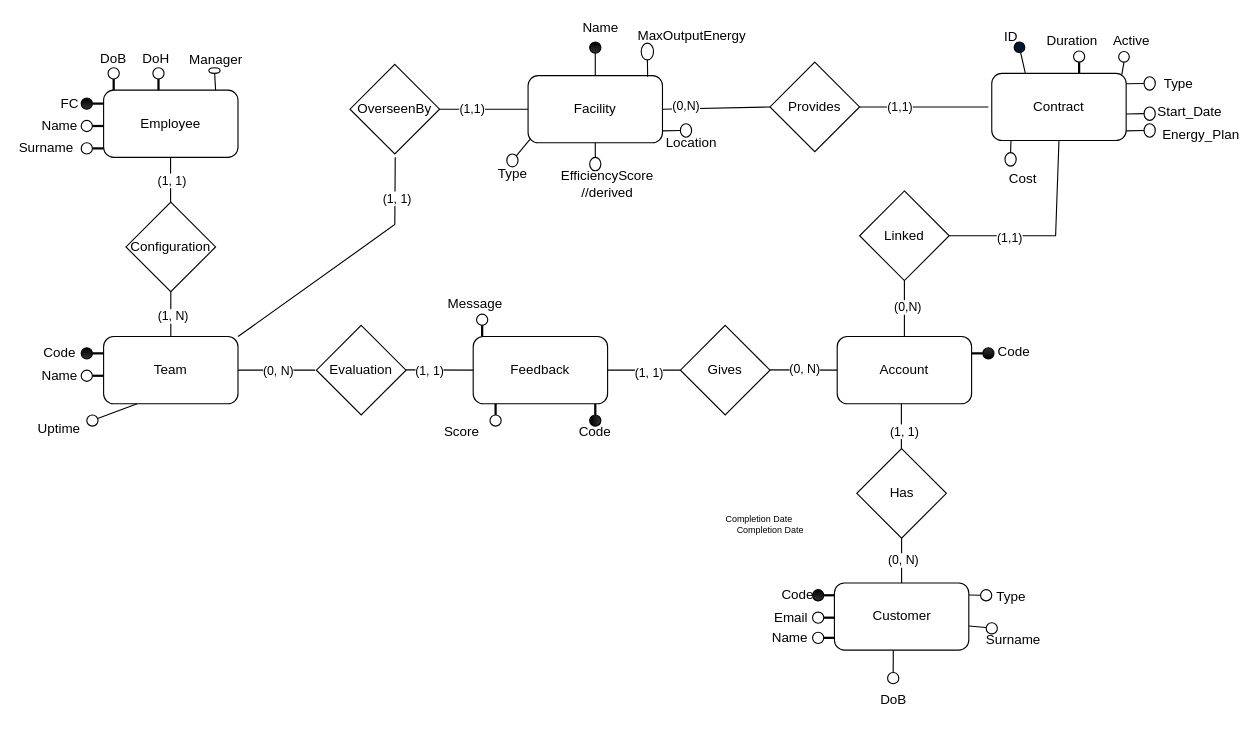
This is Exam/Documentation/Draw/ER.drawio from Fonty02/DBSystems, a draw.io file, before an edit. Source tidied: cells renumbered, new cells numbered last; positions are measured from the earlier drawing's top-left corner, leaving out a move shared by most shapes. Both pictures are drawn from the tidied source at 112%, with x=0, y=0 at pixel (25, 18).
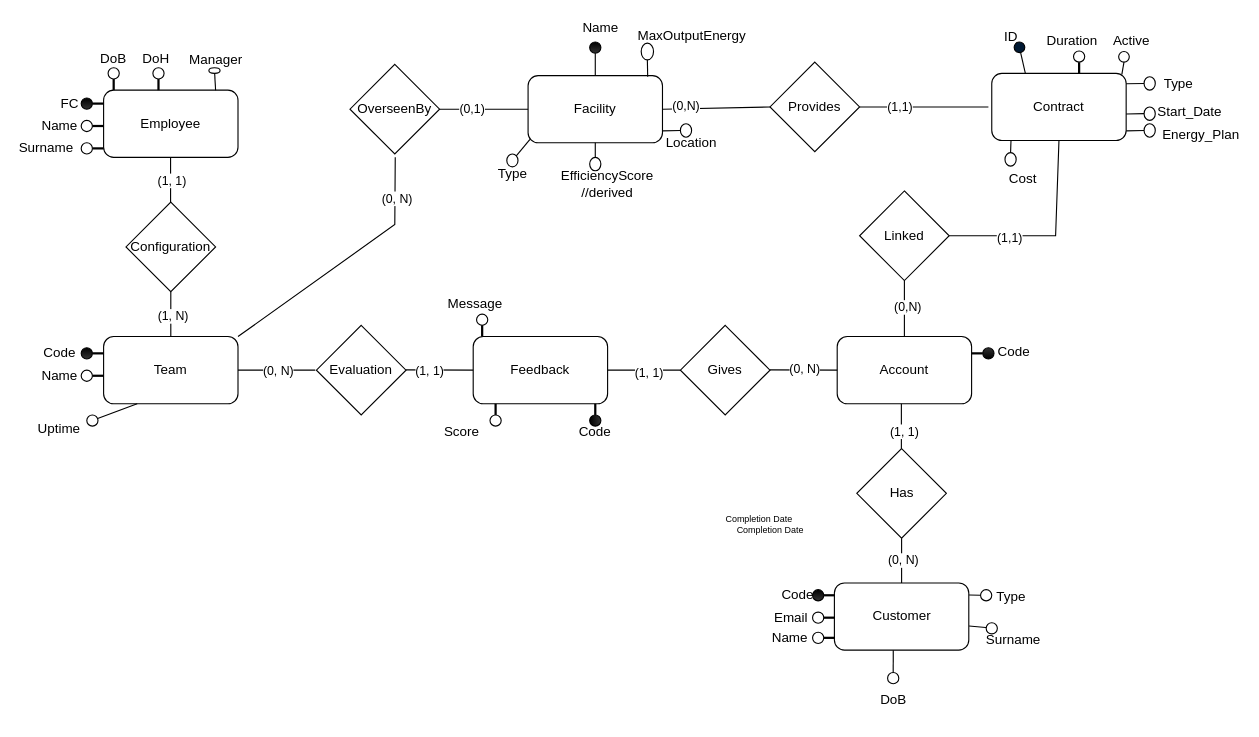
The same page after the edit.

Unchanged cells that the change refers to:
```xml
<mxCell id="20" style="endArrow=none;html=1;rounded=0;entryX=1;entryY=0;entryDx=0;entryDy=0;exitX=0.505;exitY=1.035;exitDx=0;exitDy=0;exitPerimeter=0;" parent="1" edge="1" source="19" target="4">
  <mxGeometry relative="1" as="geometry">
    <Array as="points">
      <mxPoint x="330" y="184" />
    </Array>
  </mxGeometry>
</mxCell>
<mxCell id="109" style="endArrow=none;html=1;rounded=0;exitX=1;exitY=0.5;exitDx=0;exitDy=0;entryX=0;entryY=0.5;entryDx=0;entryDy=0;" parent="1" edge="1" source="19" target="2">
  <mxGeometry relative="1" as="geometry" />
</mxCell>
```

Diff of the diagram source:
```diff
@@
-    <mxCell id="21" value="(1, 1)" style="edgeLabel;html=1;align=center;verticalAlign=middle;" parent="20" vertex="1">
+    <mxCell id="21" value="(0, N)" style="edgeLabel;html=1;align=center;verticalAlign=middle;" parent="20" vertex="1">
       <mxGeometry x="-0.68" y="1" relative="1" as="geometry" />
     </mxCell>
@@
-    <mxCell id="110" value="(1,1)" style="edgeLabel;html=1;align=center;verticalAlign=middle;" parent="109" vertex="1">
+    <mxCell id="110" value="(0,1)" style="edgeLabel;html=1;align=center;verticalAlign=middle;" parent="109" vertex="1">
       <mxGeometry x="-0.28" y="1" relative="1" as="geometry" />
     </mxCell>
```
